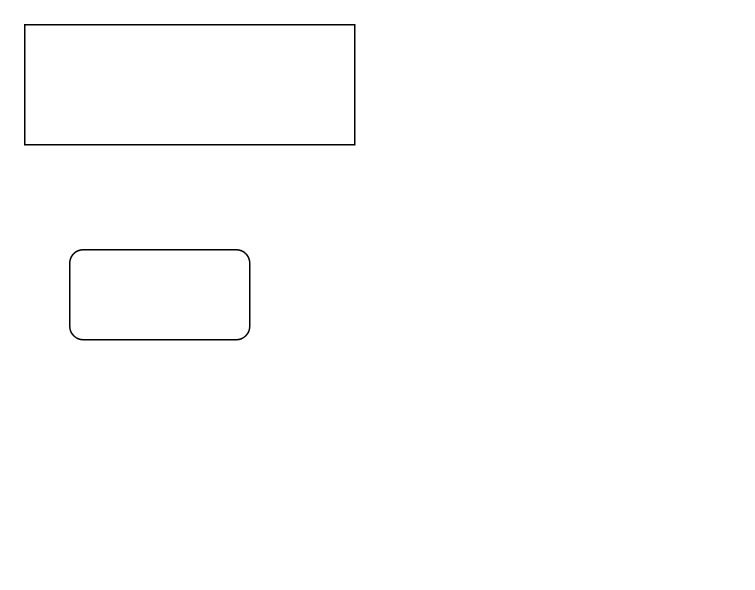
justinsalasdev/diagrams keeps this draw.io diagram as hehehe.drawio. Above is the earlier version. Source tidied: cells renumbered, new cells numbered last; positions are measured from the earlier drawing's top-left corner, leaving out a move shared by most shapes. Both pictures are drawn from the tidied source at 150%, with x=0, y=0 at pixel (24, 24).
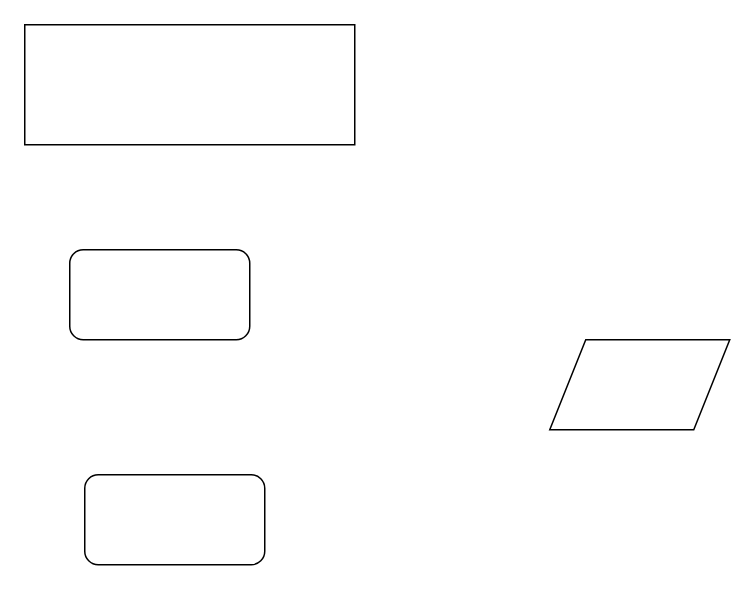
After the change.

Commit message (it also covers changes not shown here):
added burger-builder flowchart

Change to the diagram source:
```diff
@@
 <mxGraphModel>
   <root>
     <mxCell id="0" />
     <mxCell id="1" parent="0" />
     <mxCell id="2" style="rounded=0;whiteSpace=wrap;html=1;" parent="1" vertex="1">
       <mxGeometry width="220" height="80" as="geometry" />
     </mxCell>
     <mxCell id="3" style="rounded=1;whiteSpace=wrap;html=1;" parent="1" vertex="1">
       <mxGeometry x="30" y="150" width="120" height="60" as="geometry" />
     </mxCell>
+    <mxCell id="4" style="rounded=1;whiteSpace=wrap;html=1;" parent="1" vertex="1">
+      <mxGeometry x="40" y="300" width="120" height="60" as="geometry" />
+    </mxCell>
+    <mxCell id="5" style="shape=parallelogram;perimeter=parallelogramPerimeter;whiteSpace=wrap;html=1;" parent="1" vertex="1">
+      <mxGeometry x="350" y="210" width="120" height="60" as="geometry" />
+    </mxCell>
   </root>
 </mxGraphModel>
```
